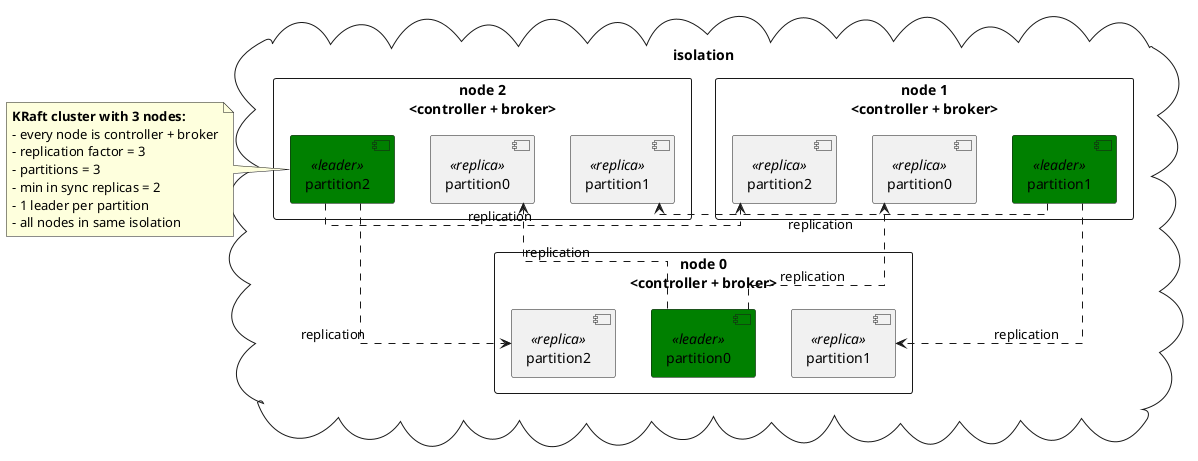
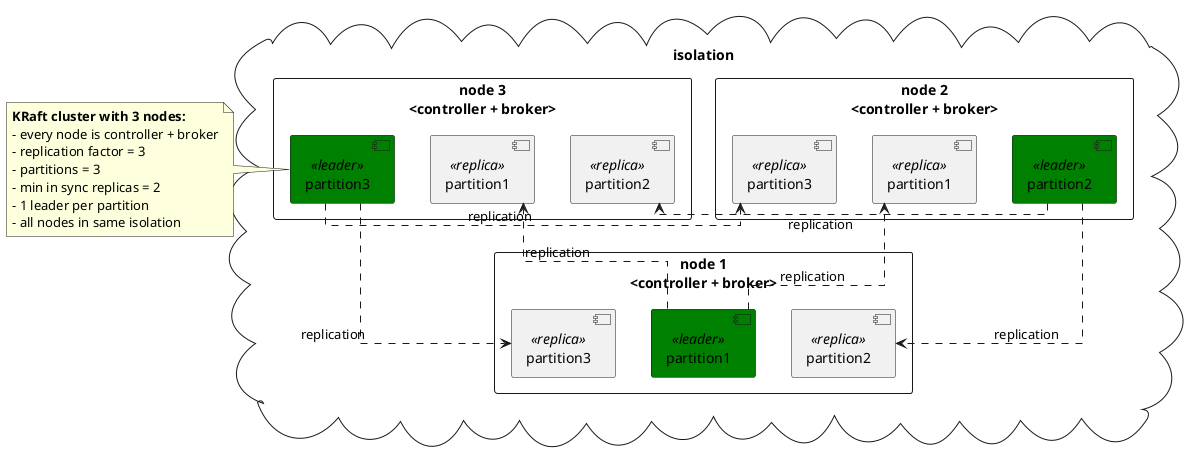
@startuml
skinparam linetype ortho

skinparam component {
    backgroundColor<<leader>> Green
}

cloud "isolation"  {
-     rectangle "node 0\n<controller + broker>" as N0 {
-         [partition0] <<leader>> as N0P0
-         [partition1] <<replica>> as N0P1
-         [partition2] <<replica>> as N0P2
-     }
- 
    rectangle "node 1\n<controller + broker>" as N1 {
-         [partition0] <<replica>> as N1P0
        [partition1] <<leader>> as N1P1
        [partition2] <<replica>> as N1P2
+         [partition3] <<replica>> as N1P3
    }

    rectangle "node 2\n<controller + broker>" as N2 {
-         [partition0] <<replica>> as N2P0
        [partition1] <<replica>> as N2P1
        [partition2] <<leader>> as N2P2
+         [partition3] <<replica>> as N2P3
    }

-     N0P0 ..> N1P0: replication
-     N0P0 ..> N2P0: replication
+     rectangle "node 3\n<controller + broker>" as N3 {
+         [partition1] <<replica>> as N3P1
+         [partition2] <<replica>> as N3P2
+         [partition3] <<leader>> as N3P3
+     }

-     N1P1 ..> N0P1: replication
    N1P1 ..> N2P1: replication
+     N1P1 ..> N3P1: replication

-     N2P2 ..> N0P2: replication
    N2P2 ..> N1P2: replication
+     N2P2 ..> N3P2: replication
+ 
+     N3P3 ..> N1P3: replication
+     N3P3 ..> N2P3: replication
}

note left
    **KRaft cluster with 3 nodes:**
    - every node is controller + broker
    - replication factor = 3
    - partitions = 3
    - min in sync replicas = 2
    - 1 leader per partition
    - all nodes in same isolation
end note
@enduml
